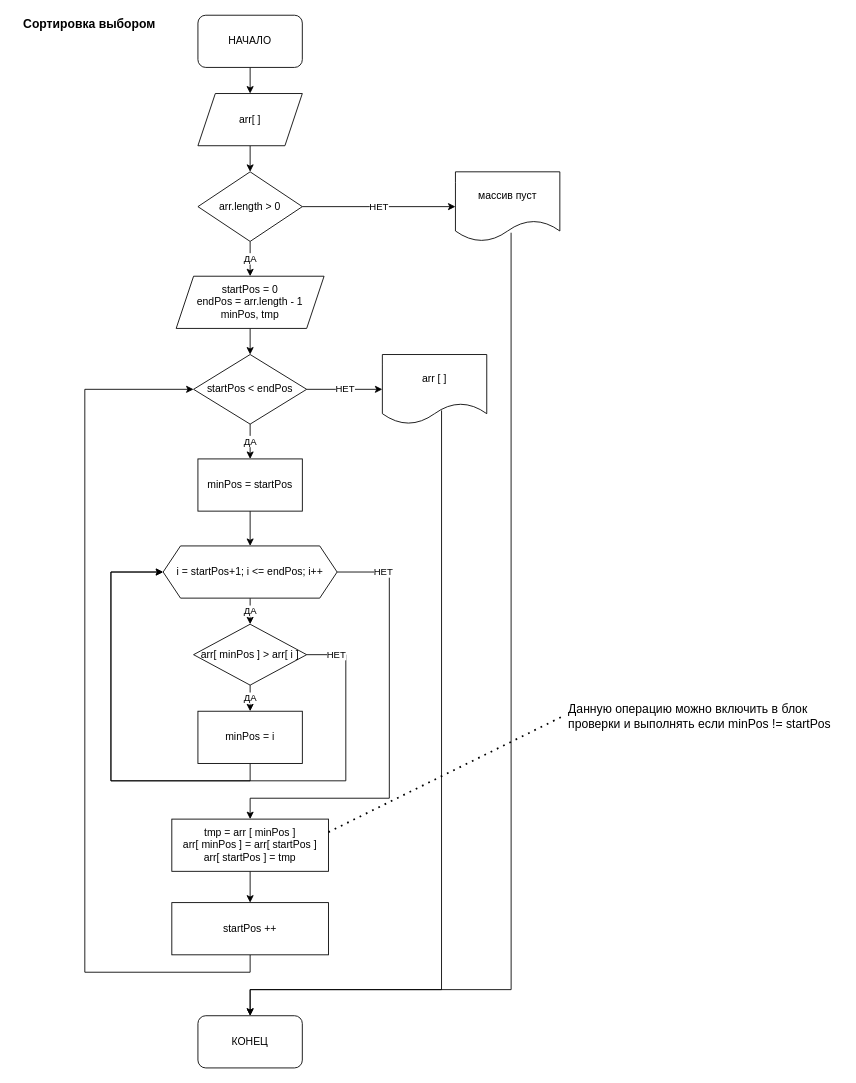
Above: Algorytm/Lesson_02/Task_04/L3.task4.drawio in jokerjam-s/GeekBrainst (draw.io), before the change. Source tidied: cells renumbered, new cells numbered last; positions are measured from the earlier drawing's top-left corner, leaving out a move shared by most shapes. Both pictures are drawn from the tidied source at 87%, with x=0, y=0 at pixel (15, 15).
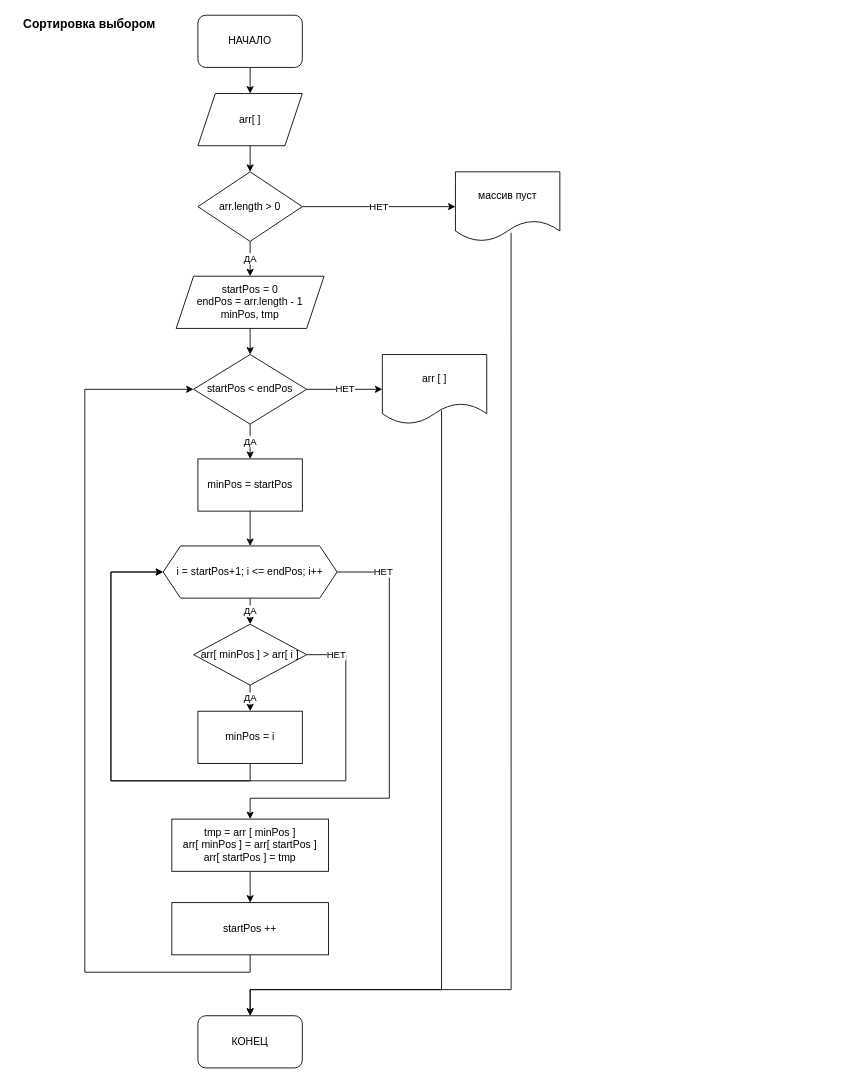
Above is the later version.

The change refers to these unchanged cells:
```xml
<mxCell id="27" value="tmp = arr [ minPos ]&lt;br&gt;arr[ minPos ] = arr[ startPos ]&lt;br&gt;arr[ startPos ] = tmp" style="rounded=0;whiteSpace=wrap;html=1;" parent="1" vertex="1">
  <mxGeometry x="180" y="924" width="180" height="60" as="geometry" />
</mxCell>
```

What changed in the source:
```diff
@@
-    <mxCell id="34" style="endArrow=none;dashed=1;html=1;dashPattern=1 3;strokeWidth=2;rounded=0;fontSize=14;exitX=1;exitY=0.25;exitDx=0;exitDy=0;entryX=0;entryY=0.5;entryDx=0;entryDy=0;" parent="1" edge="1" source="27" target="35">
-      <mxGeometry relative="1" as="geometry" />
-    </mxCell>
-    <mxCell id="35" value="Данную операцию можно включить в блок&#10;проверки и выполнять если minPos != startPos" style="text;strokeColor=none;fillColor=none;align=left;verticalAlign=middle;spacingLeft=4;spacingRight=4;overflow=hidden;points=[[0,0.5],[1,0.5]];portConstraint=eastwest;fontSize=14;" parent="1" vertex="1">
-      <mxGeometry x="630" y="774" width="320" height="63" as="geometry" />
-    </mxCell>
```
